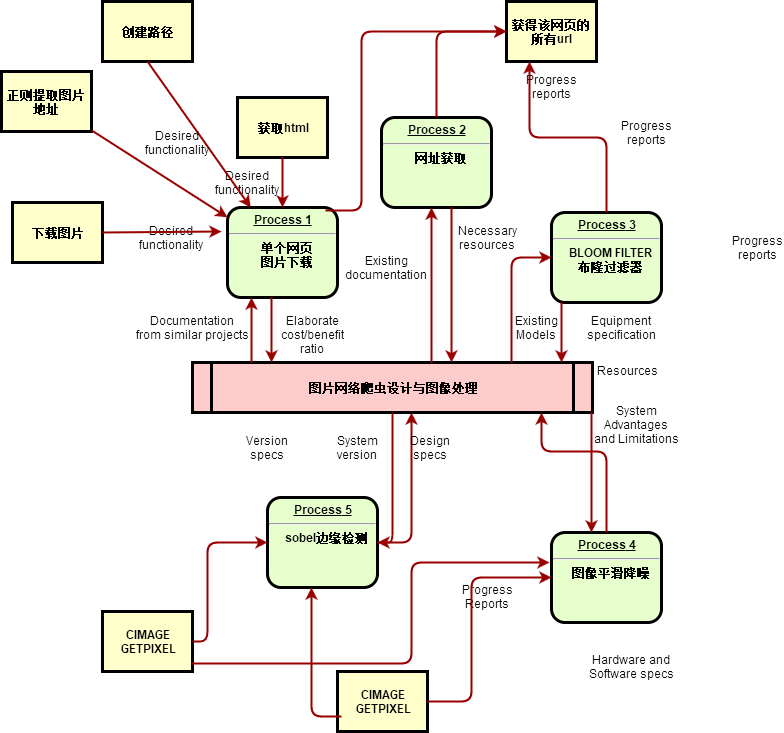
stephenlaw30/stephenlaw keeps this draw.io diagram as 图片下载.png. Above is the earlier version. Source tidied: cells renumbered, new cells last; positions are measured from the earlier drawing's top-left corner, leaving out a move shared by most shapes.
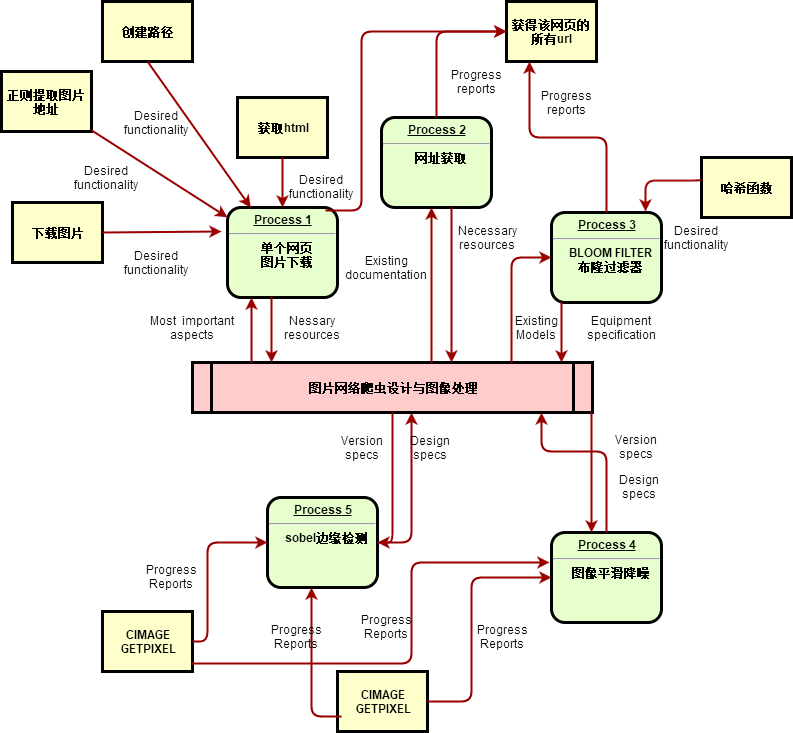
Above is the later version.

Change to the diagram source:
```diff
@@ -39,12 +39,12 @@
       <mxGeometry relative="1" as="geometry" />
     </mxCell>
     <mxCell id="14" value="Desired &#10;functionality" style="text;spacingTop=-5;align=center;" parent="1" vertex="1">
-      <mxGeometry x="155" y="221" width="30" height="20" as="geometry" />
+      <mxGeometry x="140" y="246" width="30" height="20" as="geometry" />
     </mxCell>
     <mxCell id="15" value="Desired &#10;functionality" style="text;spacingTop=-5;align=center;" parent="1" vertex="1">
-      <mxGeometry x="231" y="166" width="30" height="20" as="geometry" />
+      <mxGeometry x="140" y="106" width="30" height="20" as="geometry" />
     </mxCell>
-    <mxCell id="16" value="Documentation&#10;from similar projects" style="text;spacingTop=-5;align=center;" parent="1" vertex="1">
+    <mxCell id="16" value="Most  important&#10;aspects" style="text;spacingTop=-5;align=center;" parent="1" vertex="1">
       <mxGeometry x="176" y="311" width="30" height="20" as="geometry" />
     </mxCell>
     <mxCell id="17" style="edgeStyle=elbowEdgeStyle;elbow=horizontal;strokeColor=#990000;strokeWidth=2;" parent="1" edge="1" source="5" target="2">
@@ -61,7 +61,7 @@
         </Array>
       </mxGeometry>
     </mxCell>
-    <mxCell id="19" value="Elaborate&#10;cost/benefit&#10;ratio" style="text;spacingTop=-5;align=center;" parent="1" vertex="1">
+    <mxCell id="19" value="Nessary&#10;resources" style="text;spacingTop=-5;align=center;" parent="1" vertex="1">
       <mxGeometry x="296" y="311" width="30" height="20" as="geometry" />
     </mxCell>
     <mxCell id="20" style="edgeStyle=elbowEdgeStyle;elbow=horizontal;strokeColor=#990000;strokeWidth=2;" parent="1" edge="1" source="5" target="6">
@@ -85,14 +85,11 @@
       <mxGeometry x="471" y="221" width="30" height="20" as="geometry" />
     </mxCell>
     <mxCell id="24" value="Progress&#10;reports" style="text;spacingTop=-5;align=center;" parent="1" vertex="1">
-      <mxGeometry x="535" y="70" width="30" height="20" as="geometry" />
+      <mxGeometry x="558" y="86" width="15" height="20" as="geometry" />
     </mxCell>
     <mxCell id="25" value="Progress&#10;reports" style="text;spacingTop=-5;align=center;" parent="1" vertex="1">
-      <mxGeometry x="630" y="116" width="30" height="20" as="geometry" />
+      <mxGeometry x="460" y="65" width="30" height="10" as="geometry" />
     </mxCell>
-    <mxCell id="26" value="Progress&#10;reports" style="text;spacingTop=-5;align=center;" parent="1" vertex="1">
-      <mxGeometry x="741" y="231" width="30" height="20" as="geometry" />
-    </mxCell>
     <mxCell id="27" style="edgeStyle=elbowEdgeStyle;elbow=horizontal;strokeColor=#990000;strokeWidth=2;" parent="1" edge="1" source="6" target="10">
       <mxGeometry relative="1" as="geometry">
         <Array as="points">
@@ -146,12 +143,6 @@
         </Array>
       </mxGeometry>
     </mxCell>
-    <mxCell id="36" value="Resources" style="text;spacingTop=-5;align=center;" parent="1" vertex="1">
-      <mxGeometry x="611" y="361" width="30" height="20" as="geometry" />
-    </mxCell>
-    <mxCell id="37" value="System &#10;Advantages &#10;and Limitations" style="text;spacingTop=-5;align=center;" parent="1" vertex="1">
-      <mxGeometry x="620" y="401" width="30" height="20" as="geometry" />
-    </mxCell>
     <mxCell id="38" style="edgeStyle=elbowEdgeStyle;elbow=horizontal;strokeColor=#990000;strokeWidth=2;" parent="1" edge="1" source="9" target="5">
       <mxGeometry relative="1" as="geometry">
         <Array as="points">
@@ -176,21 +167,15 @@
         </Array>
       </mxGeometry>
     </mxCell>
-    <mxCell id="41" value="Hardware and&#10;Software specs" style="text;spacingTop=-5;align=center;" parent="1" vertex="1">
-      <mxGeometry x="615" y="650" width="30" height="20" as="geometry" />
-    </mxCell>
     <mxCell id="42" value="Progress&#10;Reports" style="text;spacingTop=-5;align=center;" parent="1" vertex="1">
-      <mxGeometry x="471" y="580" width="30" height="20" as="geometry" />
+      <mxGeometry x="486" y="620" width="30" height="20" as="geometry" />
     </mxCell>
     <mxCell id="43" value="Version&#10;specs" style="text;spacingTop=-5;align=center;" parent="1" vertex="1">
-      <mxGeometry x="251" y="431" width="30" height="20" as="geometry" />
+      <mxGeometry x="346" y="431" width="30" height="20" as="geometry" />
     </mxCell>
     <mxCell id="44" value="Design&#10;specs" style="text;spacingTop=-5;align=center;" parent="1" vertex="1">
       <mxGeometry x="413.5" y="431" width="30" height="20" as="geometry" />
     </mxCell>
-    <mxCell id="45" value="System&#10;version" style="text;spacingTop=-5;align=center;" parent="1" vertex="1">
-      <mxGeometry x="341" y="431" width="30" height="20" as="geometry" />
-    </mxCell>
     <mxCell id="46" value="创建路径" style="whiteSpace=wrap;align=center;verticalAlign=middle;fontStyle=1;strokeWidth=3;fillColor=#FFFFCC;" parent="1" vertex="1">
       <mxGeometry x="101" width="90" height="60" as="geometry" />
     </mxCell>
@@ -198,7 +183,7 @@
       <mxGeometry relative="1" as="geometry" />
     </mxCell>
     <mxCell id="48" value="Desired &#10;functionality" style="text;spacingTop=-5;align=center;" parent="1" vertex="1">
-      <mxGeometry x="161" y="126" width="30" height="20" as="geometry" />
+      <mxGeometry x="90" y="161" width="30" height="20" as="geometry" />
     </mxCell>
     <mxCell id="49" value="下载图片" style="whiteSpace=wrap;align=center;verticalAlign=middle;fontStyle=1;strokeWidth=3;fillColor=#FFFFCC;" parent="1" vertex="1">
       <mxGeometry x="11" y="201" width="90" height="60" as="geometry" />
@@ -240,5 +225,42 @@
         </Array>
       </mxGeometry>
     </mxCell>
+    <mxCell id="55" value="Design&#10;specs" style="text;spacingTop=-5;align=center;" parent="1" vertex="1">
+      <mxGeometry x="623" y="470" width="30" height="20" as="geometry" />
+    </mxCell>
+    <mxCell id="56" style="edgeStyle=orthogonalEdgeStyle;rounded=0;html=1;exitX=0.25;exitY=1;entryX=0.25;entryY=1;jettySize=auto;orthogonalLoop=1;" parent="1" edge="1">
+      <mxGeometry relative="1" as="geometry">
+        <mxPoint x="613" y="441" as="sourcePoint" />
+        <mxPoint x="613" y="441" as="targetPoint" />
+      </mxGeometry>
+    </mxCell>
+    <mxCell id="57" value="Version&#10;specs" style="text;spacingTop=-5;align=center;" parent="1" vertex="1">
+      <mxGeometry x="620" y="430" width="30" height="10" as="geometry" />
+    </mxCell>
+    <mxCell id="58" value="Progress&#10;Reports" style="text;spacingTop=-5;align=center;" parent="1" vertex="1">
+      <mxGeometry x="370" y="610" width="30" height="20" as="geometry" />
+    </mxCell>
+    <mxCell id="59" value="Progress&#10;Reports" style="text;spacingTop=-5;align=center;" parent="1" vertex="1">
+      <mxGeometry x="280" y="620" width="30" height="20" as="geometry" />
+    </mxCell>
+    <mxCell id="60" value="Progress&#10;Reports" style="text;spacingTop=-5;align=center;" parent="1" vertex="1">
+      <mxGeometry x="155" y="560" width="30" height="20" as="geometry" />
+    </mxCell>
+    <mxCell id="61" value="Desired &#10;functionality" style="text;spacingTop=-5;align=center;" parent="1" vertex="1">
+      <mxGeometry x="305" y="170" width="30" height="20" as="geometry" />
+    </mxCell>
+    <mxCell id="62" value="哈希函数" style="whiteSpace=wrap;align=center;verticalAlign=middle;fontStyle=1;strokeWidth=3;fillColor=#FFFFCC;" parent="1" vertex="1">
+      <mxGeometry x="700" y="156" width="90" height="60" as="geometry" />
+    </mxCell>
+    <mxCell id="63" style="edgeStyle=elbowEdgeStyle;elbow=vertical;strokeColor=#990000;strokeWidth=2;exitX=0;exitY=0.367;exitPerimeter=0;entryX=0.855;entryY=-0.011;entryPerimeter=0;" parent="1" edge="1" source="62" target="8">
+      <mxGeometry relative="1" as="geometry">
+        <Array as="points">
+          <mxPoint x="680" y="179" />
+        </Array>
+      </mxGeometry>
+    </mxCell>
+    <mxCell id="64" value="Desired &#10;functionality" style="text;spacingTop=-5;align=center;" parent="1" vertex="1">
+      <mxGeometry x="680" y="221" width="30" height="20" as="geometry" />
+    </mxCell>
   </root>
 </mxGraphModel>
```
